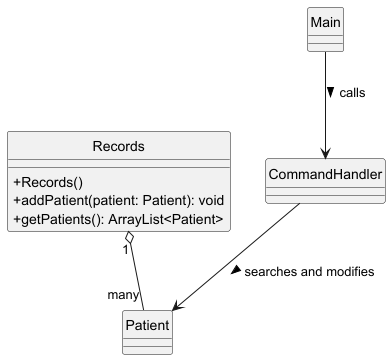
Above: docs/Records.png in yentheng0110/tp (PlantUML), before the change. Source of this version:
```plantuml
@startuml
skinparam classAttributeIconSize 0
hide circle

class Records {
+Records()
+addPatient(patient: Patient): void
+getPatients(): ArrayList<Patient>
}

class Patient {}
class Main {}
class Records {}
class CommandHandler {}

Main --> CommandHandler : calls >
CommandHandler --> Patient : searches and modifies >
Records "1" o-- "many" Patient


@enduml
```
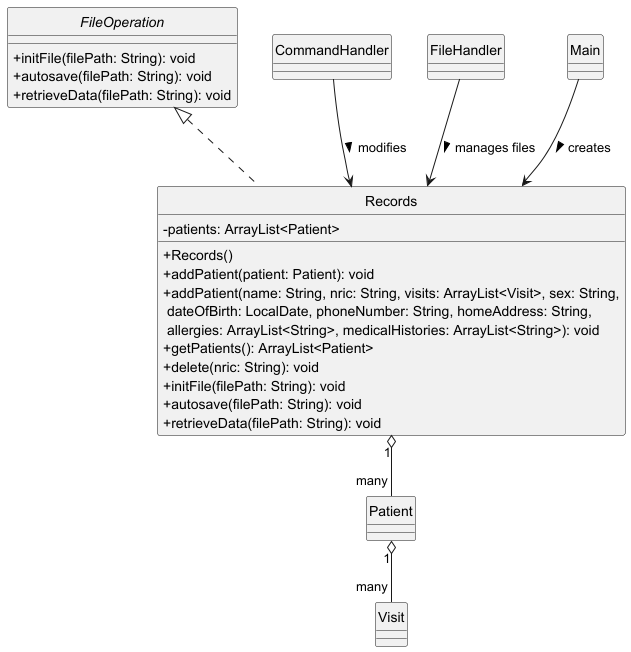
After the commit.

Commit message:
Update Records Class Diagram

Change to the diagram source:
```diff
@@ -3,19 +3,45 @@
 hide circle
 
 class Records {
-+Records()
-+addPatient(patient: Patient): void
-+getPatients(): ArrayList<Patient>
+    -patients: ArrayList<Patient>
+    +Records()
+    +addPatient(patient: Patient): void
+    +addPatient(name: String, nric: String, visits: ArrayList<Visit>, sex: String,\n dateOfBirth: LocalDate, phoneNumber: String, homeAddress: String,\n allergies: ArrayList<String>, medicalHistories: ArrayList<String>): void
+    +getPatients(): ArrayList<Patient>
+    +delete(nric: String): void
+    +initFile(filePath: String): void
+    +autosave(filePath: String): void
+    +retrieveData(filePath: String): void
 }
 
-class Patient {}
-class Main {}
-class Records {}
-class CommandHandler {}
+interface FileOperation {
+    +initFile(filePath: String): void
+    +autosave(filePath: String): void
+    +retrieveData(filePath: String): void
+}
 
-Main --> CommandHandler : calls >
-CommandHandler --> Patient : searches and modifies >
+class Patient {
+}
+
+class Visit {
+}
+
+class CommandHandler {
+}
+
+class FileHandler {
+}
+
+class Main {
+}
+
+FileOperation <|.. Records
+
+Main --> Records : creates >
+CommandHandler --> Records : modifies >
+FileHandler --> Records : manages files >
+
 Records "1" o-- "many" Patient
-
+Patient "1" o-- "many" Visit
 
 @enduml
```
